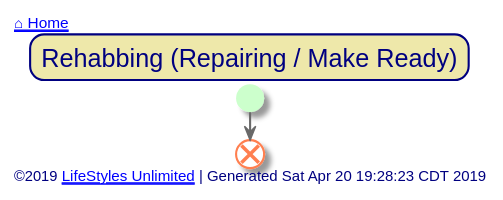
The PlantUML diagram out/src/single-family/rehabbing.svg in toddmo/lifestylesunlimited, before a commit.
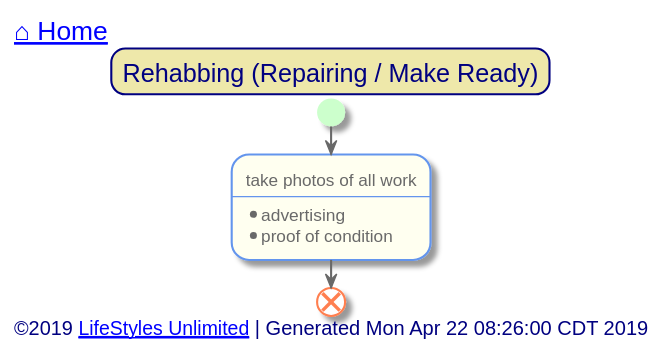
Above is the later version.

The edit, as a diff of the source:
```diff
@@ -73,7 +73,7 @@
 
 
 left header
-	<font color=Navy>[[../index.svg ⌂ Home]]</font>
+	<font color=Navy size=18>[[../index.svg ⌂ Home]]</font>
 endheader
 
 
@@ -81,11 +81,15 @@
 
 	start
 
+		:take photos of all work
+		----
+		* advertising
+		* proof of condition;
 	end
 
 
 left footer
-	©2019 [[http://www.lifestylesunlimited.com LifeStyles Unlimited]] | Generated Sat Apr 20 19:28:23 CDT 2019
+	<font size=14>©2019 [[http://www.lifestylesunlimited.com LifeStyles Unlimited]] | Generated Mon Apr 22 08:26:00 CDT 2019</font>
 endfooter
 
 
```
